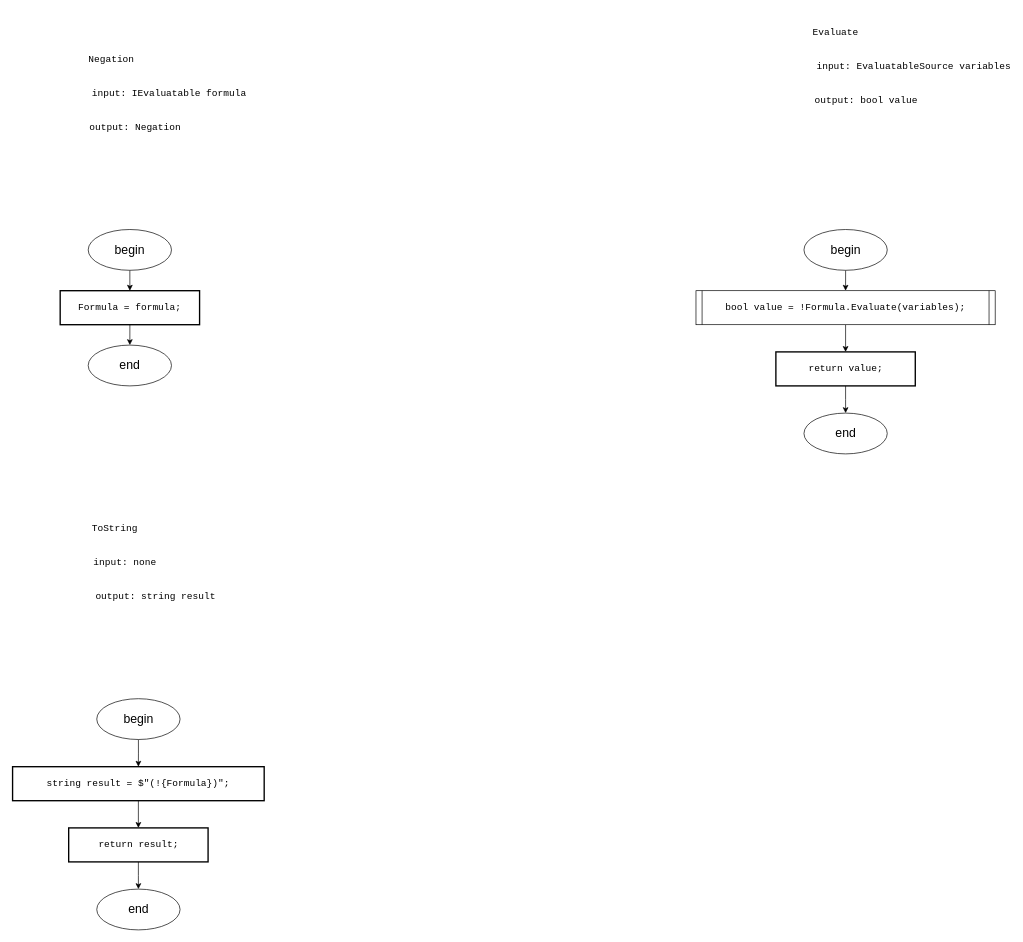
Earlier version of the draw.io diagram Diagrams/negation.drawio (slavikovics/FictionalVariables). Source tidied: cells renumbered, new cells numbered last; positions are measured from the earlier drawing's top-left corner, leaving out a move shared by most shapes. Both pictures are drawn from the tidied source at 68%, with x=0, y=0 at pixel (12, 12).
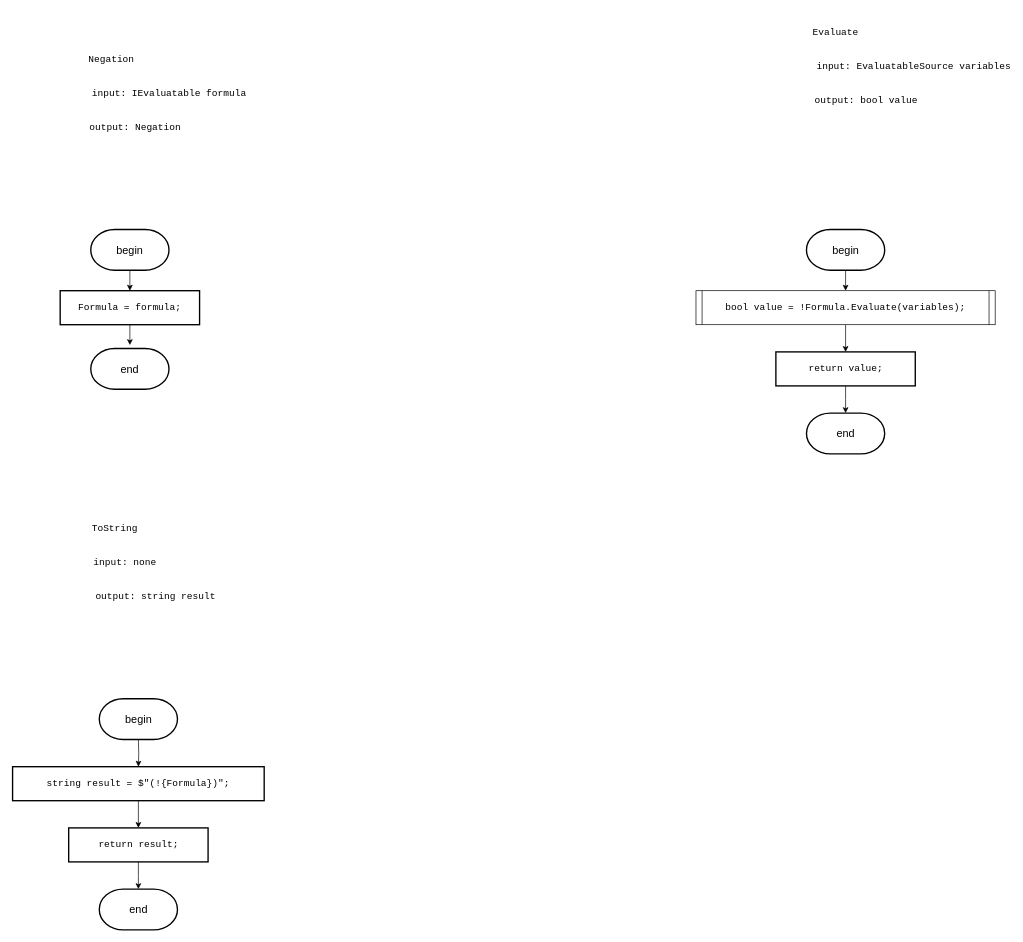
After the change.

Unchanged cells that the change refers to:
```xml
<mxCell id="4" value="&lt;div style=&quot;&quot;&gt;&lt;pre style=&quot;font-family: &amp;quot;JetBrains Mono&amp;quot;, monospace;&quot;&gt;&lt;div&gt;&lt;pre style=&quot;font-family: &amp;quot;JetBrains Mono&amp;quot;, monospace;&quot;&gt;Formula = &lt;span style=&quot;&quot;&gt;formula&lt;/span&gt;;&lt;/pre&gt;&lt;/div&gt;&lt;/pre&gt;&lt;/div&gt;" style="rounded=0;whiteSpace=wrap;html=1;absoluteArcSize=1;arcSize=14;strokeWidth=2;fontSize=14;labelBackgroundColor=none;fontColor=#000000;" parent="1" vertex="1">
  <mxGeometry x="70" y="410" width="205" height="50" as="geometry" />
</mxCell>
<mxCell id="12" value="&lt;div style=&quot;&quot;&gt;&lt;pre style=&quot;font-family: &amp;quot;JetBrains Mono&amp;quot;, monospace;&quot;&gt;&lt;pre style=&quot;font-family: &amp;quot;JetBrains Mono&amp;quot;, monospace;&quot;&gt;&lt;pre style=&quot;font-family: &amp;quot;JetBrains Mono&amp;quot;, monospace;&quot;&gt;&lt;div&gt;&lt;pre style=&quot;font-family: &amp;quot;JetBrains Mono&amp;quot;, monospace;&quot;&gt;&lt;span style=&quot;&quot;&gt;string &lt;/span&gt;&lt;span style=&quot;&quot;&gt;result &lt;/span&gt;= &lt;span style=&quot;&quot;&gt;$&quot;(!&lt;/span&gt;{Formula}&lt;span style=&quot;&quot;&gt;)&quot;&lt;/span&gt;;&lt;/pre&gt;&lt;/div&gt;&lt;/pre&gt;&lt;/pre&gt;&lt;/pre&gt;&lt;/div&gt;" style="rounded=0;whiteSpace=wrap;html=1;absoluteArcSize=1;arcSize=14;strokeWidth=2;fontSize=14;labelBackgroundColor=none;fontColor=#000000;" parent="1" vertex="1">
  <mxGeometry y="1110" width="370" height="50" as="geometry" />
</mxCell>
<mxCell id="16" value="&lt;pre style=&quot;font-family: &amp;quot;JetBrains Mono&amp;quot;, monospace;&quot;&gt;&lt;div&gt;&lt;pre style=&quot;font-family: &amp;quot;JetBrains Mono&amp;quot;, monospace;&quot;&gt;&lt;span style=&quot;&quot;&gt;bool &lt;/span&gt;value = !Formula.Evaluate(variables);&lt;/pre&gt;&lt;/div&gt;&lt;/pre&gt;" style="shape=process;whiteSpace=wrap;html=1;backgroundOutline=1;size=0.0202020202020202;fontSize=14;labelBackgroundColor=none;fontColor=#000000;" parent="1" vertex="1">
  <mxGeometry x="1005" y="410" width="440" height="50" as="geometry" />
</mxCell>
<mxCell id="18" value="&lt;div style=&quot;&quot;&gt;&lt;pre style=&quot;font-family: &amp;quot;JetBrains Mono&amp;quot;, monospace;&quot;&gt;&lt;pre style=&quot;font-family: &amp;quot;JetBrains Mono&amp;quot;, monospace;&quot;&gt;&lt;div&gt;&lt;pre style=&quot;font-family: &amp;quot;JetBrains Mono&amp;quot;, monospace;&quot;&gt;&lt;span style=&quot;&quot;&gt;return &lt;/span&gt;value;&lt;/pre&gt;&lt;/div&gt;&lt;/pre&gt;&lt;/pre&gt;&lt;/div&gt;" style="rounded=0;whiteSpace=wrap;html=1;absoluteArcSize=1;arcSize=14;strokeWidth=2;fontSize=14;labelBackgroundColor=none;fontColor=#000000;" parent="1" vertex="1">
  <mxGeometry x="1122.5" y="500" width="205" height="50" as="geometry" />
</mxCell>
<mxCell id="20" value="&lt;div style=&quot;&quot;&gt;&lt;pre style=&quot;font-family: &amp;quot;JetBrains Mono&amp;quot;, monospace;&quot;&gt;&lt;pre style=&quot;font-family: &amp;quot;JetBrains Mono&amp;quot;, monospace;&quot;&gt;&lt;pre style=&quot;font-family: &amp;quot;JetBrains Mono&amp;quot;, monospace;&quot;&gt;&lt;span style=&quot;&quot;&gt;return &lt;/span&gt;result;&lt;br&gt;&lt;/pre&gt;&lt;/pre&gt;&lt;/pre&gt;&lt;/div&gt;" style="rounded=0;whiteSpace=wrap;html=1;absoluteArcSize=1;arcSize=14;strokeWidth=2;fontSize=14;labelBackgroundColor=none;fontColor=#000000;" parent="1" vertex="1">
  <mxGeometry x="82.5" y="1200" width="205" height="50" as="geometry" />
</mxCell>
```

Change to the diagram source:
```diff
@@
-    <mxCell id="3" style="edgeStyle=orthogonalEdgeStyle;rounded=0;jettySize=auto;html=1;exitX=0.5;exitY=1;exitDx=0;exitDy=0;entryX=0.5;entryY=0;entryDx=0;entryDy=0;" parent="1" edge="1" source="4" target="23">
-      <mxGeometry relative="1" as="geometry" />
+    <mxCell id="3" style="edgeStyle=orthogonalEdgeStyle;rounded=0;jettySize=auto;html=1;exitX=0.5;exitY=1;exitDx=0;exitDy=0;entryX=0.5;entryY=0;entryDx=0;entryDy=0;" parent="1" edge="1" source="4">
+      <mxGeometry relative="1" as="geometry">
+        <mxPoint x="172.5" y="490" as="targetPoint" />
+      </mxGeometry>
     </mxCell>
@@
-    <mxCell id="17" style="edgeStyle=orthogonalEdgeStyle;rounded=0;jettySize=auto;html=1;exitX=0.5;exitY=1;exitDx=0;exitDy=0;entryX=0.5;entryY=0;entryDx=0;entryDy=0;" parent="1" edge="1" source="18" target="26">
-      <mxGeometry relative="1" as="geometry" />
+    <mxCell id="17" style="edgeStyle=orthogonalEdgeStyle;rounded=0;jettySize=auto;html=1;exitX=0.5;exitY=1;exitDx=0;exitDy=0;entryX=0.5;entryY=0;entryDx=0;entryDy=0;" parent="1" edge="1" source="18">
+      <mxGeometry relative="1" as="geometry">
+        <mxPoint x="1225" y="590" as="targetPoint" />
+      </mxGeometry>
     </mxCell>
@@
-    <mxCell id="19" style="edgeStyle=orthogonalEdgeStyle;rounded=0;jettySize=auto;html=1;exitX=0.5;exitY=1;exitDx=0;exitDy=0;" parent="1" edge="1" source="20" target="29">
-      <mxGeometry relative="1" as="geometry" />
+    <mxCell id="19" style="edgeStyle=orthogonalEdgeStyle;rounded=0;jettySize=auto;html=1;exitX=0.5;exitY=1;exitDx=0;exitDy=0;" parent="1" edge="1" source="20">
+      <mxGeometry relative="1" as="geometry">
+        <mxPoint x="185" y="1290" as="targetPoint" />
+      </mxGeometry>
     </mxCell>
@@
-    <mxCell id="21" style="edgeStyle=orthogonalEdgeStyle;rounded=0;jettySize=auto;html=1;exitX=0.5;exitY=1;exitDx=0;exitDy=0;entryX=0.5;entryY=0;entryDx=0;entryDy=0;" parent="1" edge="1" source="22" target="4">
-      <mxGeometry relative="1" as="geometry" />
+    <mxCell id="21" style="edgeStyle=orthogonalEdgeStyle;rounded=0;jettySize=auto;html=1;exitX=0.5;exitY=1;exitDx=0;exitDy=0;entryX=0.5;entryY=0;entryDx=0;entryDy=0;" parent="1" edge="1" target="4">
+      <mxGeometry relative="1" as="geometry">
+        <mxPoint x="172.5" y="380" as="sourcePoint" />
+      </mxGeometry>
     </mxCell>
-    <mxCell id="22" value="&lt;font style=&quot;font-size: 18px;&quot;&gt;begin&lt;/font&gt;" style="ellipse;whiteSpace=wrap;html=1;" parent="1" vertex="1">
-      <mxGeometry x="111.2" y="320" width="122.5" height="60" as="geometry" />
-    </mxCell>
-    <mxCell id="23" value="&lt;font style=&quot;font-size: 18px;&quot;&gt;end&lt;/font&gt;" style="ellipse;whiteSpace=wrap;html=1;" parent="1" vertex="1">
-      <mxGeometry x="111.2" y="490" width="122.5" height="60" as="geometry" />
-    </mxCell>
-    <mxCell id="24" style="edgeStyle=orthogonalEdgeStyle;rounded=0;jettySize=auto;html=1;exitX=0.5;exitY=1;exitDx=0;exitDy=0;entryX=0.5;entryY=0;entryDx=0;entryDy=0;" parent="1" edge="1" source="25" target="16">
-      <mxGeometry relative="1" as="geometry" />
+    <mxCell id="24" style="edgeStyle=orthogonalEdgeStyle;rounded=0;jettySize=auto;html=1;exitX=0.5;exitY=1;exitDx=0;exitDy=0;entryX=0.5;entryY=0;entryDx=0;entryDy=0;" parent="1" edge="1" target="16">
+      <mxGeometry relative="1" as="geometry">
+        <mxPoint x="1225" y="380" as="sourcePoint" />
+      </mxGeometry>
     </mxCell>
-    <mxCell id="25" value="&lt;font style=&quot;font-size: 18px;&quot;&gt;begin&lt;/font&gt;" style="ellipse;whiteSpace=wrap;html=1;" parent="1" vertex="1">
-      <mxGeometry x="1163.8" y="320" width="122.5" height="60" as="geometry" />
-    </mxCell>
-    <mxCell id="26" value="&lt;font style=&quot;font-size: 18px;&quot;&gt;end&lt;/font&gt;" style="ellipse;whiteSpace=wrap;html=1;" parent="1" vertex="1">
-      <mxGeometry x="1163.8" y="590" width="122.5" height="60" as="geometry" />
-    </mxCell>
-    <mxCell id="27" style="edgeStyle=orthogonalEdgeStyle;rounded=0;jettySize=auto;html=1;exitX=0.5;exitY=1;exitDx=0;exitDy=0;entryX=0.5;entryY=0;entryDx=0;entryDy=0;" parent="1" edge="1" source="28" target="12">
-      <mxGeometry relative="1" as="geometry" />
+    <mxCell id="27" style="edgeStyle=orthogonalEdgeStyle;rounded=0;jettySize=auto;html=1;exitX=0.5;exitY=1;exitDx=0;exitDy=0;entryX=0.5;entryY=0;entryDx=0;entryDy=0;" parent="1" edge="1" target="12">
+      <mxGeometry relative="1" as="geometry">
+        <mxPoint x="185" y="1070" as="sourcePoint" />
+      </mxGeometry>
     </mxCell>
-    <mxCell id="28" value="&lt;font style=&quot;font-size: 18px;&quot;&gt;begin&lt;/font&gt;" style="ellipse;whiteSpace=wrap;html=1;" parent="1" vertex="1">
-      <mxGeometry x="123.8" y="1010" width="122.5" height="60" as="geometry" />
-    </mxCell>
-    <mxCell id="29" value="&lt;font style=&quot;font-size: 18px;&quot;&gt;end&lt;/font&gt;" style="ellipse;whiteSpace=wrap;html=1;" parent="1" vertex="1">
-      <mxGeometry x="123.8" y="1290" width="122.5" height="60" as="geometry" />
-    </mxCell>
+    <mxCell id="30" value="&lt;font style=&quot;font-size: 16px;&quot;&gt;begin&lt;/font&gt;" style="strokeWidth=2;html=1;shape=mxgraph.flowchart.terminator;whiteSpace=wrap;" parent="1" vertex="1">
+      <mxGeometry x="115" y="320" width="115" height="60" as="geometry" />
+    </mxCell>
+    <mxCell id="31" value="&lt;font style=&quot;font-size: 16px;&quot;&gt;end&lt;/font&gt;" style="strokeWidth=2;html=1;shape=mxgraph.flowchart.terminator;whiteSpace=wrap;" parent="1" vertex="1">
+      <mxGeometry x="115" y="495" width="115" height="60" as="geometry" />
+    </mxCell>
+    <mxCell id="32" value="&lt;font style=&quot;font-size: 16px;&quot;&gt;begin&lt;/font&gt;" style="strokeWidth=2;html=1;shape=mxgraph.flowchart.terminator;whiteSpace=wrap;" parent="1" vertex="1">
+      <mxGeometry x="127.5" y="1010" width="115" height="60" as="geometry" />
+    </mxCell>
+    <mxCell id="33" value="&lt;font style=&quot;font-size: 16px;&quot;&gt;end&lt;/font&gt;" style="strokeWidth=2;html=1;shape=mxgraph.flowchart.terminator;whiteSpace=wrap;" parent="1" vertex="1">
+      <mxGeometry x="127.5" y="1290" width="115" height="60" as="geometry" />
+    </mxCell>
+    <mxCell id="34" value="&lt;font style=&quot;font-size: 16px;&quot;&gt;begin&lt;/font&gt;" style="strokeWidth=2;html=1;shape=mxgraph.flowchart.terminator;whiteSpace=wrap;" parent="1" vertex="1">
+      <mxGeometry x="1167.5" y="320" width="115" height="60" as="geometry" />
+    </mxCell>
+    <mxCell id="35" value="&lt;font style=&quot;font-size: 16px;&quot;&gt;end&lt;/font&gt;" style="strokeWidth=2;html=1;shape=mxgraph.flowchart.terminator;whiteSpace=wrap;" parent="1" vertex="1">
+      <mxGeometry x="1167.5" y="590" width="115" height="60" as="geometry" />
+    </mxCell>
```
